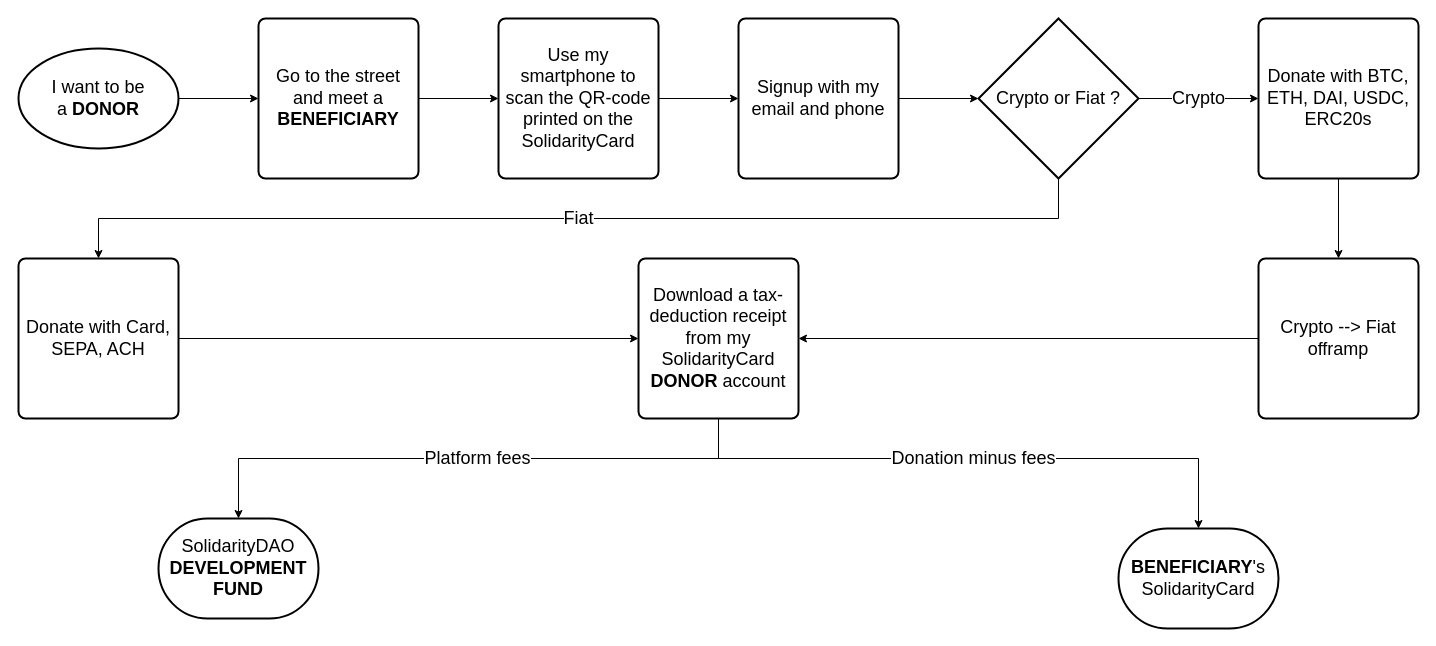
mvteclat/SolidarityCard keeps this draw.io diagram as Design/Flowcharts/Donate_to_a_person.drawio. Above is the earlier version. Source tidied: cells renumbered, new cells numbered last; positions are measured from the earlier drawing's top-left corner, leaving out a move shared by most shapes. Both pictures are drawn from the tidied source at 100%, with x=0, y=0 at pixel (18, 18).
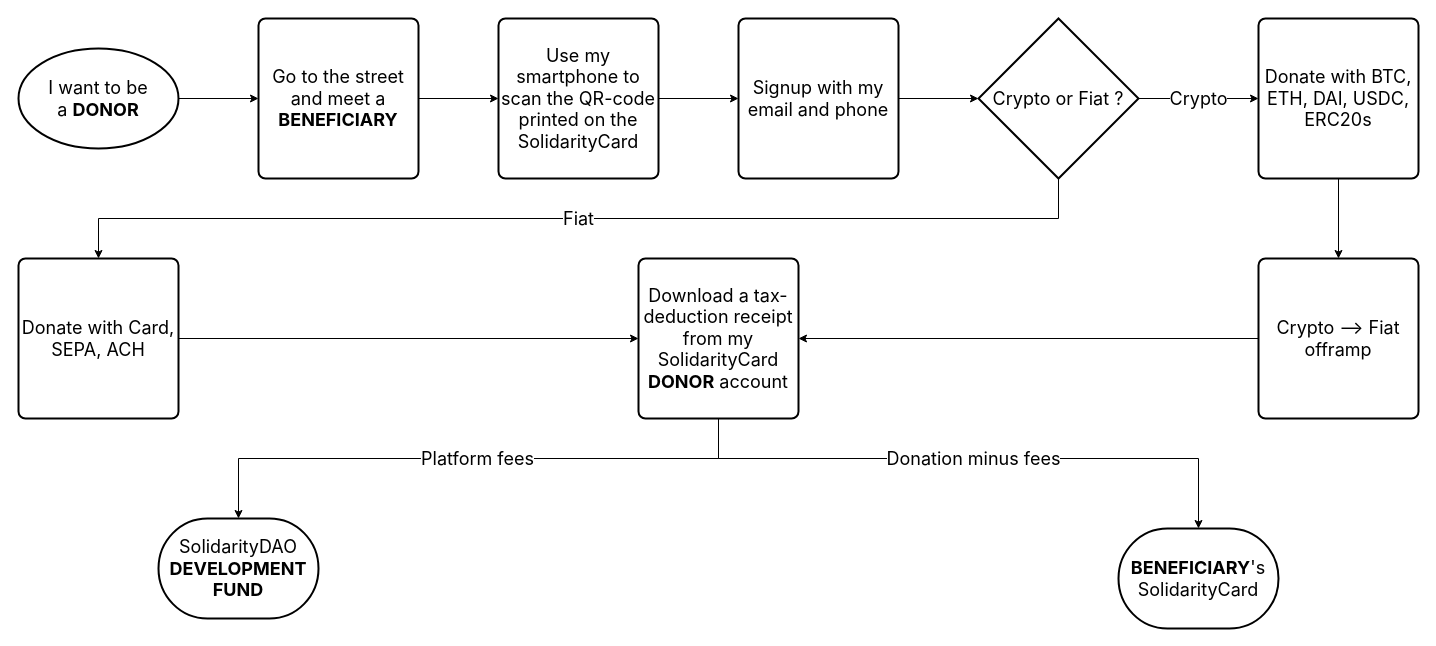
Above is the later version.

What changed in the source:
```diff
@@
-    <mxCell id="2" style="edgeStyle=orthogonalEdgeStyle;rounded=0;jettySize=auto;html=1;exitX=1;exitY=0.5;exitDx=0;exitDy=0;exitPerimeter=0;entryX=0;entryY=0.5;entryDx=0;entryDy=0;fontSize=18;" parent="1" edge="1" source="3" target="5">
+    <mxCell id="2" style="edgeStyle=orthogonalEdgeStyle;rounded=0;jettySize=auto;html=1;exitX=1;exitY=0.5;exitDx=0;exitDy=0;exitPerimeter=0;entryX=0;entryY=0.5;entryDx=0;entryDy=0;fontSize=18;fontFamily=SF Pro Text;" parent="1" edge="1" source="3" target="5">
       <mxGeometry relative="1" as="geometry" />
     </mxCell>
-    <mxCell id="3" value="&lt;font style=&quot;font-size: 18px&quot;&gt;I want to be a&amp;nbsp;&lt;b style=&quot;font-size: 18px&quot;&gt;DONOR&lt;/b&gt;&lt;/font&gt;" style="strokeWidth=2;html=1;shape=mxgraph.flowchart.start_1;whiteSpace=wrap;fontSize=18;" parent="1" vertex="1">
+    <mxCell id="3" value="&lt;font style=&quot;font-size: 18px&quot;&gt;I want to be a&amp;nbsp;&lt;b style=&quot;font-size: 18px&quot;&gt;DONOR&lt;/b&gt;&lt;/font&gt;" style="strokeWidth=2;html=1;shape=mxgraph.flowchart.start_1;whiteSpace=wrap;fontSize=18;fontFamily=SF Pro Text;" parent="1" vertex="1">
       <mxGeometry y="30" width="160" height="100" as="geometry" />
     </mxCell>
-    <mxCell id="4" style="edgeStyle=orthogonalEdgeStyle;rounded=0;jettySize=auto;html=1;exitX=1;exitY=0.5;exitDx=0;exitDy=0;entryX=0;entryY=0.5;entryDx=0;entryDy=0;fontSize=18;" parent="1" edge="1" source="5" target="7">
+    <mxCell id="4" style="edgeStyle=orthogonalEdgeStyle;rounded=0;jettySize=auto;html=1;exitX=1;exitY=0.5;exitDx=0;exitDy=0;entryX=0;entryY=0.5;entryDx=0;entryDy=0;fontSize=18;fontFamily=SF Pro Text;" parent="1" edge="1" source="5" target="7">
       <mxGeometry relative="1" as="geometry" />
     </mxCell>
-    <mxCell id="5" value="Go to the street and meet a &lt;b&gt;BENEFICIARY&lt;/b&gt;" style="rounded=1;whiteSpace=wrap;html=1;absoluteArcSize=1;arcSize=14;strokeWidth=2;shadow=0;fontFamily=Helvetica;fontSize=18;" parent="1" vertex="1">
+    <mxCell id="5" value="Go to the street and meet a &lt;b&gt;BENEFICIARY&lt;/b&gt;" style="rounded=1;whiteSpace=wrap;html=1;absoluteArcSize=1;arcSize=14;strokeWidth=2;shadow=0;fontFamily=SF Pro Text;fontSize=18;" parent="1" vertex="1">
       <mxGeometry x="240" width="160" height="160" as="geometry" />
     </mxCell>
-    <mxCell id="6" style="edgeStyle=orthogonalEdgeStyle;rounded=0;jettySize=auto;html=1;fontSize=18;" parent="1" edge="1" source="7" target="9">
+    <mxCell id="6" style="edgeStyle=orthogonalEdgeStyle;rounded=0;jettySize=auto;html=1;fontSize=18;fontFamily=SF Pro Text;" parent="1" edge="1" source="7" target="9">
       <mxGeometry relative="1" as="geometry" />
     </mxCell>
-    <mxCell id="7" value="&lt;p&gt;Use my smartphone to scan the QR-code printed on the SolidarityCard&lt;br&gt;&lt;/p&gt;" style="rounded=1;whiteSpace=wrap;html=1;absoluteArcSize=1;arcSize=14;strokeWidth=2;shadow=0;fontFamily=Helvetica;fontSize=18;" parent="1" vertex="1">
+    <mxCell id="7" value="&lt;p&gt;Use my smartphone to scan the QR-code printed on the SolidarityCard&lt;br&gt;&lt;/p&gt;" style="rounded=1;whiteSpace=wrap;html=1;absoluteArcSize=1;arcSize=14;strokeWidth=2;shadow=0;fontFamily=SF Pro Text;fontSize=18;" parent="1" vertex="1">
       <mxGeometry x="480" width="160" height="160" as="geometry" />
     </mxCell>
-    <mxCell id="8" style="edgeStyle=orthogonalEdgeStyle;rounded=0;jettySize=auto;html=1;exitX=1;exitY=0.5;exitDx=0;exitDy=0;entryX=0;entryY=0.5;entryDx=0;entryDy=0;entryPerimeter=0;fontSize=18;" parent="1" edge="1" source="9" target="12">
+    <mxCell id="8" style="edgeStyle=orthogonalEdgeStyle;rounded=0;jettySize=auto;html=1;exitX=1;exitY=0.5;exitDx=0;exitDy=0;entryX=0;entryY=0.5;entryDx=0;entryDy=0;entryPerimeter=0;fontSize=18;fontFamily=SF Pro Text;" parent="1" edge="1" source="9" target="12">
       <mxGeometry relative="1" as="geometry" />
     </mxCell>
-    <mxCell id="9" value="Signup with my email and phone" style="rounded=1;whiteSpace=wrap;html=1;absoluteArcSize=1;arcSize=14;strokeWidth=2;shadow=0;fontFamily=Helvetica;fontSize=18;" parent="1" vertex="1">
+    <mxCell id="9" value="Signup with my email and phone" style="rounded=1;whiteSpace=wrap;html=1;absoluteArcSize=1;arcSize=14;strokeWidth=2;shadow=0;fontFamily=SF Pro Text;fontSize=18;" parent="1" vertex="1">
       <mxGeometry x="720" width="160" height="160" as="geometry" />
     </mxCell>
-    <mxCell id="10" value="Crypto" style="edgeStyle=orthogonalEdgeStyle;rounded=0;jettySize=auto;html=1;exitX=1;exitY=0.5;exitDx=0;exitDy=0;exitPerimeter=0;entryX=0;entryY=0.5;entryDx=0;entryDy=0;fontSize=18;" parent="1" edge="1" source="12" target="14">
+    <mxCell id="10" value="Crypto" style="edgeStyle=orthogonalEdgeStyle;rounded=0;jettySize=auto;html=1;exitX=1;exitY=0.5;exitDx=0;exitDy=0;exitPerimeter=0;entryX=0;entryY=0.5;entryDx=0;entryDy=0;fontSize=18;fontFamily=SF Pro Text;" parent="1" edge="1" source="12" target="14">
       <mxGeometry relative="1" as="geometry" />
     </mxCell>
-    <mxCell id="11" value="Fiat" style="edgeStyle=orthogonalEdgeStyle;rounded=0;jettySize=auto;html=1;exitX=0.5;exitY=1;exitDx=0;exitDy=0;exitPerimeter=0;entryX=0.5;entryY=0;entryDx=0;entryDy=0;fontSize=18;" parent="1" edge="1" source="12" target="18">
+    <mxCell id="11" value="Fiat" style="edgeStyle=orthogonalEdgeStyle;rounded=0;jettySize=auto;html=1;exitX=0.5;exitY=1;exitDx=0;exitDy=0;exitPerimeter=0;entryX=0.5;entryY=0;entryDx=0;entryDy=0;fontSize=18;fontFamily=SF Pro Text;" parent="1" edge="1" source="12" target="18">
       <mxGeometry relative="1" as="geometry" />
     </mxCell>
-    <mxCell id="12" value="Crypto or Fiat ?" style="strokeWidth=2;html=1;shape=mxgraph.flowchart.decision;whiteSpace=wrap;fontSize=18;" parent="1" vertex="1">
+    <mxCell id="12" value="Crypto or Fiat ?" style="strokeWidth=2;html=1;shape=mxgraph.flowchart.decision;whiteSpace=wrap;fontSize=18;fontFamily=SF Pro Text;" parent="1" vertex="1">
       <mxGeometry x="960" width="160" height="160" as="geometry" />
     </mxCell>
-    <mxCell id="13" style="edgeStyle=orthogonalEdgeStyle;rounded=0;jettySize=auto;html=1;fontSize=18;" parent="1" edge="1" source="14" target="16">
+    <mxCell id="13" style="edgeStyle=orthogonalEdgeStyle;rounded=0;jettySize=auto;html=1;fontSize=18;fontFamily=SF Pro Text;" parent="1" edge="1" source="14" target="16">
       <mxGeometry relative="1" as="geometry" />
     </mxCell>
-    <mxCell id="14" value="Donate with BTC, ETH, DAI, USDC, ERC20s" style="rounded=1;whiteSpace=wrap;html=1;absoluteArcSize=1;arcSize=14;strokeWidth=2;shadow=0;fontFamily=Helvetica;fontSize=18;" parent="1" vertex="1">
+    <mxCell id="14" value="Donate with BTC, ETH, DAI, USDC, ERC20s" style="rounded=1;whiteSpace=wrap;html=1;absoluteArcSize=1;arcSize=14;strokeWidth=2;shadow=0;fontFamily=SF Pro Text;fontSize=18;" parent="1" vertex="1">
       <mxGeometry x="1240" width="160" height="160" as="geometry" />
     </mxCell>
-    <mxCell id="15" style="edgeStyle=orthogonalEdgeStyle;rounded=0;jettySize=auto;html=1;exitX=0;exitY=0.5;exitDx=0;exitDy=0;entryX=1;entryY=0.5;entryDx=0;entryDy=0;fontSize=18;" parent="1" edge="1" source="16" target="21">
+    <mxCell id="15" style="edgeStyle=orthogonalEdgeStyle;rounded=0;jettySize=auto;html=1;exitX=0;exitY=0.5;exitDx=0;exitDy=0;entryX=1;entryY=0.5;entryDx=0;entryDy=0;fontSize=18;fontFamily=SF Pro Text;" parent="1" edge="1" source="16" target="21">
       <mxGeometry relative="1" as="geometry" />
     </mxCell>
-    <mxCell id="16" value="Crypto --&amp;gt; Fiat offramp" style="rounded=1;whiteSpace=wrap;html=1;absoluteArcSize=1;arcSize=14;strokeWidth=2;shadow=0;fontFamily=Helvetica;fontSize=18;" parent="1" vertex="1">
+    <mxCell id="16" value="Crypto --&amp;gt; Fiat offramp" style="rounded=1;whiteSpace=wrap;html=1;absoluteArcSize=1;arcSize=14;strokeWidth=2;shadow=0;fontFamily=SF Pro Text;fontSize=18;" parent="1" vertex="1">
       <mxGeometry x="1240" y="240" width="160" height="160" as="geometry" />
     </mxCell>
-    <mxCell id="17" style="edgeStyle=orthogonalEdgeStyle;rounded=0;jettySize=auto;html=1;exitX=1;exitY=0.5;exitDx=0;exitDy=0;entryX=0;entryY=0.5;entryDx=0;entryDy=0;fontSize=18;" parent="1" edge="1" source="18" target="21">
+    <mxCell id="17" style="edgeStyle=orthogonalEdgeStyle;rounded=0;jettySize=auto;html=1;exitX=1;exitY=0.5;exitDx=0;exitDy=0;entryX=0;entryY=0.5;entryDx=0;entryDy=0;fontSize=18;fontFamily=SF Pro Text;" parent="1" edge="1" source="18" target="21">
       <mxGeometry relative="1" as="geometry" />
     </mxCell>
-    <mxCell id="18" value="Donate with Card, SEPA, ACH" style="rounded=1;whiteSpace=wrap;html=1;absoluteArcSize=1;arcSize=14;strokeWidth=2;shadow=0;fontFamily=Helvetica;fontSize=18;" parent="1" vertex="1">
+    <mxCell id="18" value="Donate with Card, SEPA, ACH" style="rounded=1;whiteSpace=wrap;html=1;absoluteArcSize=1;arcSize=14;strokeWidth=2;shadow=0;fontFamily=SF Pro Text;fontSize=18;" parent="1" vertex="1">
       <mxGeometry y="240" width="160" height="160" as="geometry" />
     </mxCell>
-    <mxCell id="19" value="Donation minus fees" style="edgeStyle=orthogonalEdgeStyle;rounded=0;jettySize=auto;html=1;exitX=0.5;exitY=1;exitDx=0;exitDy=0;entryX=0.5;entryY=0;entryDx=0;entryDy=0;entryPerimeter=0;fontSize=18;" parent="1" edge="1" source="21" target="22">
+    <mxCell id="19" value="Donation minus fees" style="edgeStyle=orthogonalEdgeStyle;rounded=0;jettySize=auto;html=1;exitX=0.5;exitY=1;exitDx=0;exitDy=0;entryX=0.5;entryY=0;entryDx=0;entryDy=0;entryPerimeter=0;fontSize=18;fontFamily=SF Pro Text;" parent="1" edge="1" source="21" target="22">
       <mxGeometry relative="1" as="geometry">
         <Array as="points">
           <mxPoint x="700" y="440" />
           <mxPoint x="1180" y="440" />
         </Array>
       </mxGeometry>
     </mxCell>
-    <mxCell id="20" value="Platform fees" style="edgeStyle=orthogonalEdgeStyle;rounded=0;jettySize=auto;html=1;exitX=0.5;exitY=1;exitDx=0;exitDy=0;entryX=0.5;entryY=0;entryDx=0;entryDy=0;entryPerimeter=0;fontSize=18;align=center;" parent="1" edge="1" source="21" target="23">
+    <mxCell id="20" value="Platform fees" style="edgeStyle=orthogonalEdgeStyle;rounded=0;jettySize=auto;html=1;exitX=0.5;exitY=1;exitDx=0;exitDy=0;entryX=0.5;entryY=0;entryDx=0;entryDy=0;entryPerimeter=0;fontSize=18;align=center;fontFamily=SF Pro Text;" parent="1" edge="1" source="21" target="23">
       <mxGeometry x="-0.03" relative="1" as="geometry">
         <Array as="points">
           <mxPoint x="700" y="440" />
           <mxPoint x="220" y="440" />
         </Array>
       </mxGeometry>
     </mxCell>
-    <mxCell id="21" value="Download a tax-deduction receipt from my SolidarityCard &lt;b&gt;DONOR&lt;/b&gt; account" style="rounded=1;whiteSpace=wrap;html=1;absoluteArcSize=1;arcSize=14;strokeWidth=2;shadow=0;fontFamily=Helvetica;fontSize=18;" parent="1" vertex="1">
+    <mxCell id="21" value="Download a tax-deduction receipt from my SolidarityCard &lt;b&gt;DONOR&lt;/b&gt; account" style="rounded=1;whiteSpace=wrap;html=1;absoluteArcSize=1;arcSize=14;strokeWidth=2;shadow=0;fontFamily=SF Pro Text;fontSize=18;" parent="1" vertex="1">
       <mxGeometry x="620" y="240" width="160" height="160" as="geometry" />
     </mxCell>
-    <mxCell id="22" value="&lt;b&gt;BENEFICIARY&lt;/b&gt;'s SolidarityCard" style="strokeWidth=2;html=1;shape=mxgraph.flowchart.terminator;whiteSpace=wrap;fontSize=18;" parent="1" vertex="1">
+    <mxCell id="22" value="&lt;b&gt;BENEFICIARY&lt;/b&gt;'s SolidarityCard" style="strokeWidth=2;html=1;shape=mxgraph.flowchart.terminator;whiteSpace=wrap;fontSize=18;fontFamily=SF Pro Text;" parent="1" vertex="1">
       <mxGeometry x="1100" y="510" width="160" height="100" as="geometry" />
     </mxCell>
-    <mxCell id="23" value="SolidarityDAO &lt;b&gt;DEVELOPMENT FUND&lt;/b&gt;" style="strokeWidth=2;html=1;shape=mxgraph.flowchart.terminator;whiteSpace=wrap;fontSize=18;" parent="1" vertex="1">
+    <mxCell id="23" value="SolidarityDAO &lt;b&gt;DEVELOPMENT FUND&lt;/b&gt;" style="strokeWidth=2;html=1;shape=mxgraph.flowchart.terminator;whiteSpace=wrap;fontSize=18;fontFamily=SF Pro Text;" parent="1" vertex="1">
       <mxGeometry x="140" y="500" width="160" height="100" as="geometry" />
     </mxCell>
```
